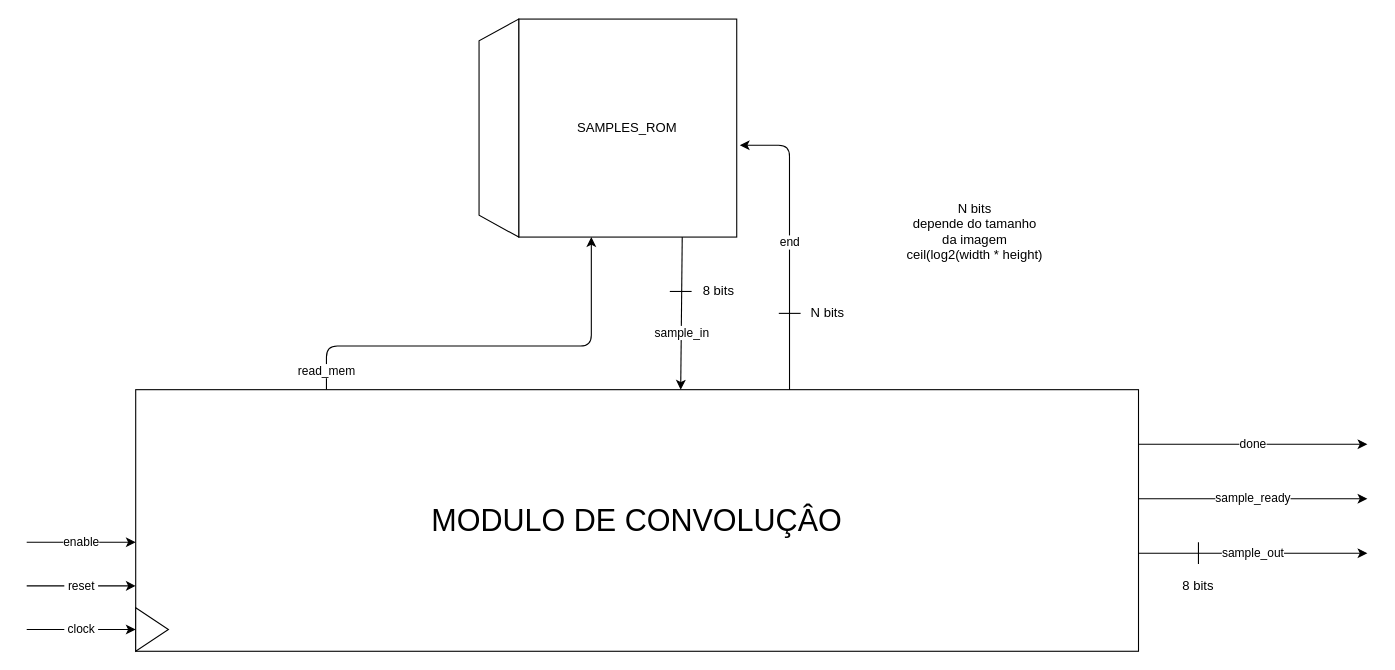
Above: diagrams/top-level.drawio in nairel-git/convolution_module (draw.io), before the change. Source tidied: cells renumbered, new cells numbered last; positions are measured from the earlier drawing's top-left corner, leaving out a move shared by most shapes. Both pictures are drawn from the tidied source at 109%, with x=0, y=0 at pixel (26, 19).
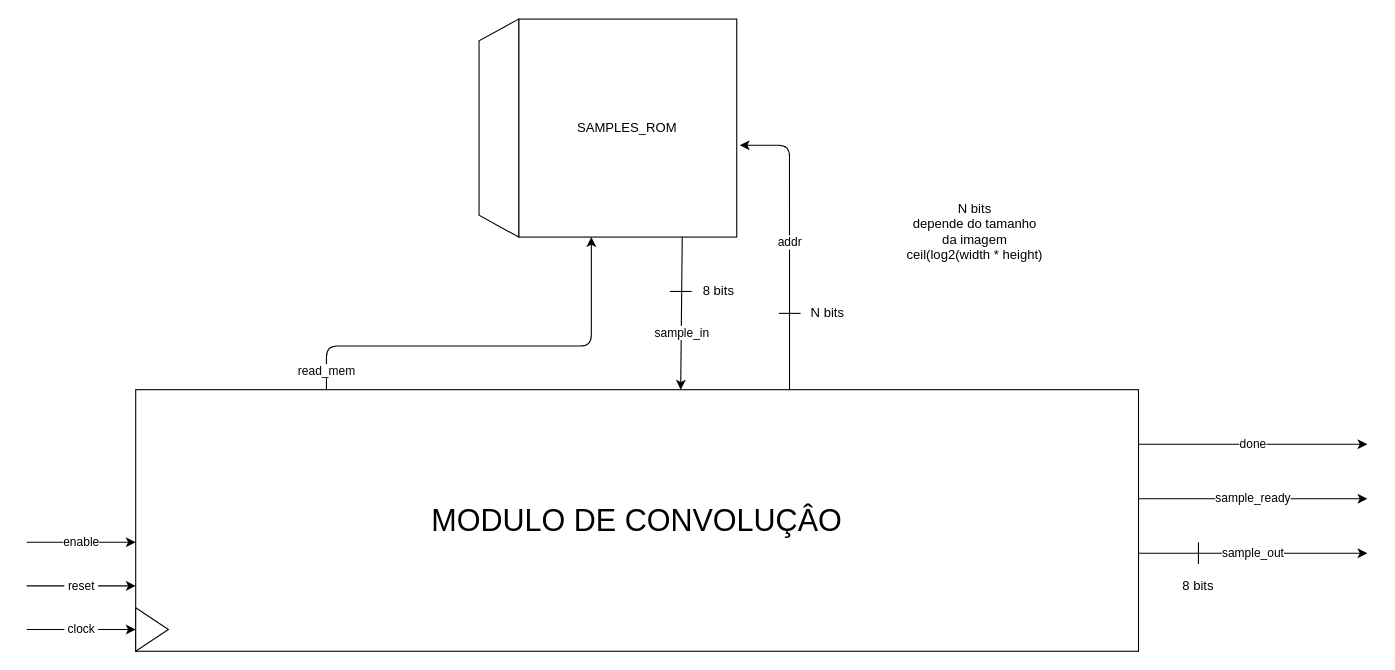
The same page after the edit.

Unchanged cells that the change refers to:
```xml
<mxCell id="5" value="&lt;span style=&quot;font-size: 28px;&quot;&gt;MODULO DE CONVOLUÇÂO&lt;/span&gt;" style="rounded=0;whiteSpace=wrap;html=1;" parent="1" vertex="1">
  <mxGeometry x="100" y="340" width="920" height="240" as="geometry" />
</mxCell>
<mxCell id="13" value="SAMPLES_ROM" style="whiteSpace=wrap;html=1;" parent="12" vertex="1">
  <mxGeometry x="36.4" width="200" height="200" as="geometry" />
</mxCell>
```

Change to the diagram source:
```diff
@@
-    <mxCell id="7" value="end" style="edgeStyle=orthogonalEdgeStyle;html=1;entryX=1.014;entryY=0.579;entryDx=0;entryDy=0;entryPerimeter=0;exitX=0.652;exitY=0;exitDx=0;exitDy=0;exitPerimeter=0;" parent="1" edge="1" source="5" target="13">
+    <mxCell id="7" value="addr" style="edgeStyle=orthogonalEdgeStyle;html=1;entryX=1.014;entryY=0.579;entryDx=0;entryDy=0;entryPerimeter=0;exitX=0.652;exitY=0;exitDx=0;exitDy=0;exitPerimeter=0;" parent="1" edge="1" source="5" target="13">
       <mxGeometry relative="1" as="geometry">
         <Array as="points">
           <mxPoint x="700" y="116" />
         </Array>
       </mxGeometry>
     </mxCell>
```
